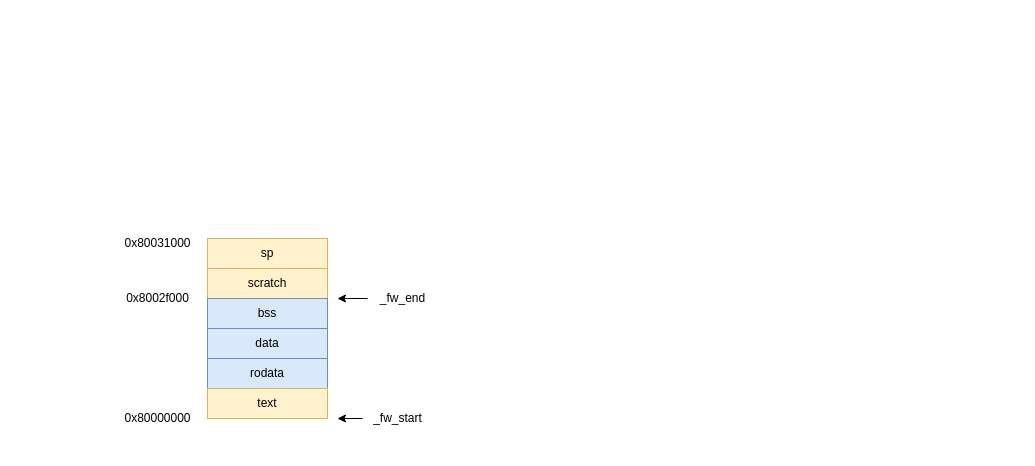
thomas-coding/drawio keeps this draw.io diagram as page "riscv_virt" (9 of 9) of virt.drawio. Above is the earlier version. Source tidied: cells renumbered, new cells numbered last; positions are measured from the earlier drawing's top-left corner, leaving out a move shared by most shapes. Both pictures are drawn from the tidied source at 100%, with x=0, y=0 at pixel (112, 228).
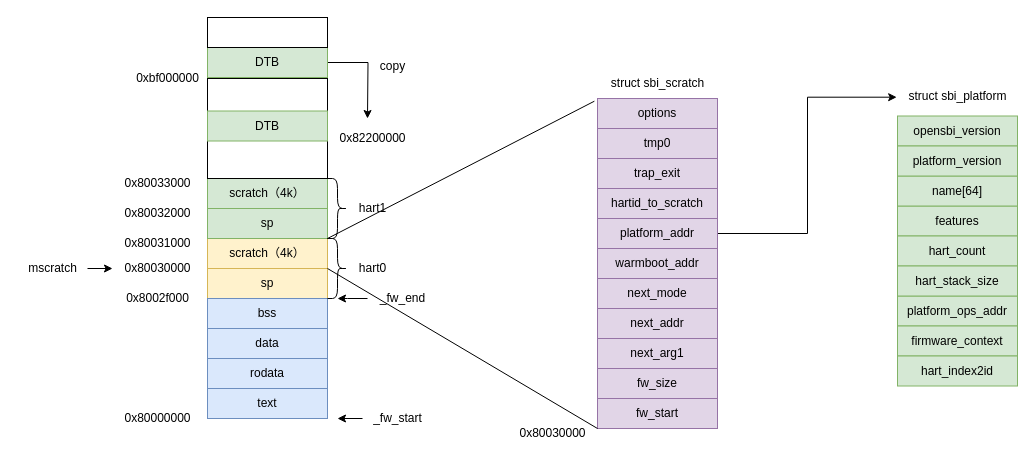
After the change.

What changed in the source:
```diff
@@
-    <mxCell id="2" value="sp" style="rounded=0;whiteSpace=wrap;html=1;fillColor=#fff2cc;strokeColor=#d6b656;" parent="1" vertex="1">
+    <mxCell id="2" value="scratch（4k）" style="rounded=0;whiteSpace=wrap;html=1;fillColor=#fff2cc;strokeColor=#d6b656;" parent="1" vertex="1">
       <mxGeometry x="95" y="10" width="120" height="30" as="geometry" />
     </mxCell>
-    <mxCell id="3" value="scratch" style="rounded=0;whiteSpace=wrap;html=1;fillColor=#fff2cc;strokeColor=#d6b656;" parent="1" vertex="1">
+    <mxCell id="3" value="sp" style="rounded=0;whiteSpace=wrap;html=1;fillColor=#fff2cc;strokeColor=#d6b656;" parent="1" vertex="1">
       <mxGeometry x="95" y="40" width="120" height="30" as="geometry" />
     </mxCell>
@@
-    <mxCell id="7" value="text" style="rounded=0;whiteSpace=wrap;html=1;fillColor=#fff2cc;strokeColor=#d6b656;" parent="1" vertex="1">
+    <mxCell id="7" value="text" style="rounded=0;whiteSpace=wrap;html=1;fillColor=#dae8fc;strokeColor=#6c8ebf;" parent="1" vertex="1">
       <mxGeometry x="95" y="160" width="120" height="30" as="geometry" />
     </mxCell>
@@
+    <mxCell id="15" value="0x80030000" style="text;html=1;align=center;verticalAlign=middle;points=[];strokeColor=none;fillColor=none;" parent="1" vertex="1">
+      <mxGeometry y="25" width="90" height="30" as="geometry" />
+    </mxCell>
+    <mxCell id="16" value="scratch（4k）" style="rounded=0;whiteSpace=wrap;html=1;fillColor=#d5e8d4;strokeColor=#82b366;" parent="1" vertex="1">
+      <mxGeometry x="95" y="-50" width="120" height="30" as="geometry" />
+    </mxCell>
+    <mxCell id="17" value="sp" style="rounded=0;whiteSpace=wrap;html=1;fillColor=#d5e8d4;strokeColor=#82b366;" parent="1" vertex="1">
+      <mxGeometry x="95" y="-20" width="120" height="30" as="geometry" />
+    </mxCell>
+    <mxCell id="18" value="0x80033000" style="text;html=1;align=center;verticalAlign=middle;strokeColor=none;fillColor=none;" parent="1" vertex="1">
+      <mxGeometry y="-60" width="90" height="30" as="geometry" />
+    </mxCell>
+    <mxCell id="19" value="0x80032000" style="text;html=1;align=center;verticalAlign=middle;strokeColor=none;fillColor=none;" parent="1" vertex="1">
+      <mxGeometry y="-30" width="90" height="30" as="geometry" />
+    </mxCell>
+    <mxCell id="20" style="shape=curlyBracket;whiteSpace=wrap;html=1;rounded=1;flipH=1;size=0.5;" parent="1" vertex="1">
+      <mxGeometry x="215" y="-50" width="20" height="60" as="geometry" />
+    </mxCell>
+    <mxCell id="21" value="hart1" style="text;html=1;align=center;verticalAlign=middle;strokeColor=none;fillColor=none;" parent="1" vertex="1">
+      <mxGeometry x="235" y="-35" width="50" height="30" as="geometry" />
+    </mxCell>
+    <mxCell id="22" style="shape=curlyBracket;whiteSpace=wrap;html=1;rounded=1;flipH=1;size=0.5;" parent="1" vertex="1">
+      <mxGeometry x="215" y="10" width="20" height="60" as="geometry" />
+    </mxCell>
+    <mxCell id="23" value="hart0" style="text;html=1;align=center;verticalAlign=middle;strokeColor=none;fillColor=none;" parent="1" vertex="1">
+      <mxGeometry x="235" y="25" width="50" height="30" as="geometry" />
+    </mxCell>
+    <mxCell id="24" value="next_addr" style="rounded=0;whiteSpace=wrap;html=1;fillColor=#e1d5e7;strokeColor=#9673a6;" parent="1" vertex="1">
+      <mxGeometry x="485" y="80" width="120" height="30" as="geometry" />
+    </mxCell>
+    <mxCell id="25" value="fw_start" style="rounded=0;whiteSpace=wrap;html=1;fillColor=#e1d5e7;strokeColor=#9673a6;" parent="1" vertex="1">
+      <mxGeometry x="485" y="170" width="120" height="30" as="geometry" />
+    </mxCell>
+    <mxCell id="26" value="next_arg1" style="rounded=0;whiteSpace=wrap;html=1;fillColor=#e1d5e7;strokeColor=#9673a6;" parent="1" vertex="1">
+      <mxGeometry x="485" y="110" width="120" height="30" as="geometry" />
+    </mxCell>
+    <mxCell id="27" value="fw_size" style="rounded=0;whiteSpace=wrap;html=1;fillColor=#e1d5e7;strokeColor=#9673a6;" parent="1" vertex="1">
+      <mxGeometry x="485" y="140" width="120" height="30" as="geometry" />
+    </mxCell>
+    <mxCell id="28" value="hartid_to_scratch" style="rounded=0;whiteSpace=wrap;html=1;fillColor=#e1d5e7;strokeColor=#9673a6;" parent="1" vertex="1">
+      <mxGeometry x="485" y="-40" width="120" height="30" as="geometry" />
+    </mxCell>
+    <mxCell id="29" value="next_mode" style="rounded=0;whiteSpace=wrap;html=1;fillColor=#e1d5e7;strokeColor=#9673a6;" parent="1" vertex="1">
+      <mxGeometry x="485" y="50" width="120" height="30" as="geometry" />
+    </mxCell>
+    <mxCell id="30" style="edgeStyle=orthogonalEdgeStyle;rounded=0;jettySize=auto;html=1;entryX=-0.007;entryY=0.54;entryDx=0;entryDy=0;entryPerimeter=0;" parent="1" edge="1" source="31" target="49">
+      <mxGeometry relative="1" as="geometry" />
+    </mxCell>
+    <mxCell id="31" value="platform_addr" style="rounded=0;whiteSpace=wrap;html=1;fillColor=#e1d5e7;strokeColor=#9673a6;" parent="1" vertex="1">
+      <mxGeometry x="485" y="-10" width="120" height="30" as="geometry" />
+    </mxCell>
+    <mxCell id="32" value="warmboot_addr" style="rounded=0;whiteSpace=wrap;html=1;fillColor=#e1d5e7;strokeColor=#9673a6;" parent="1" vertex="1">
+      <mxGeometry x="485" y="20" width="120" height="30" as="geometry" />
+    </mxCell>
+    <mxCell id="33" value="trap_exit" style="rounded=0;whiteSpace=wrap;html=1;fillColor=#e1d5e7;strokeColor=#9673a6;" parent="1" vertex="1">
+      <mxGeometry x="485" y="-70" width="120" height="30" as="geometry" />
+    </mxCell>
+    <mxCell id="34" value="tmp0" style="rounded=0;whiteSpace=wrap;html=1;fillColor=#e1d5e7;strokeColor=#9673a6;" parent="1" vertex="1">
+      <mxGeometry x="485" y="-100" width="120" height="30" as="geometry" />
+    </mxCell>
+    <mxCell id="35" value="options" style="rounded=0;whiteSpace=wrap;html=1;fillColor=#e1d5e7;strokeColor=#9673a6;" parent="1" vertex="1">
+      <mxGeometry x="485" y="-130" width="120" height="30" as="geometry" />
+    </mxCell>
+    <mxCell id="36" style="endArrow=none;html=1;rounded=0;entryX=1;entryY=0;entryDx=0;entryDy=0;exitX=0;exitY=1;exitDx=0;exitDy=0;" parent="1" edge="1" source="25" target="3">
+      <mxGeometry relative="1" as="geometry" />
+    </mxCell>
+    <mxCell id="37" style="endArrow=none;html=1;rounded=0;exitX=1;exitY=0;exitDx=0;exitDy=0;entryX=-0.026;entryY=0.09;entryDx=0;entryDy=0;entryPerimeter=0;" parent="1" edge="1" source="2" target="35">
+      <mxGeometry relative="1" as="geometry" />
+    </mxCell>
+    <mxCell id="38" value="struct sbi_scratch" style="text;html=1;align=center;verticalAlign=middle;strokeColor=none;fillColor=none;" parent="1" vertex="1">
+      <mxGeometry x="485" y="-160" width="120" height="30" as="geometry" />
+    </mxCell>
+    <mxCell id="39" value="0x80030000" style="text;html=1;align=center;verticalAlign=middle;strokeColor=none;fillColor=none;" parent="1" vertex="1">
+      <mxGeometry x="395" y="190" width="90" height="30" as="geometry" />
+    </mxCell>
+    <mxCell id="40" value="features" style="rounded=0;whiteSpace=wrap;html=1;fillColor=#d5e8d4;strokeColor=#82b366;" parent="1" vertex="1">
+      <mxGeometry x="785" y="-22.5" width="120" height="30" as="geometry" />
+    </mxCell>
+    <mxCell id="41" value="platform_ops_addr" style="rounded=0;whiteSpace=wrap;html=1;fillColor=#d5e8d4;strokeColor=#82b366;" parent="1" vertex="1">
+      <mxGeometry x="785" y="67.5" width="120" height="30" as="geometry" />
+    </mxCell>
+    <mxCell id="42" value="hart_count" style="rounded=0;whiteSpace=wrap;html=1;fillColor=#d5e8d4;strokeColor=#82b366;" parent="1" vertex="1">
+      <mxGeometry x="785" y="7.5" width="120" height="30" as="geometry" />
+    </mxCell>
+    <mxCell id="43" value="hart_stack_size" style="rounded=0;whiteSpace=wrap;html=1;fillColor=#d5e8d4;strokeColor=#82b366;" parent="1" vertex="1">
+      <mxGeometry x="785" y="37.5" width="120" height="30" as="geometry" />
+    </mxCell>
+    <mxCell id="44" value="name[64]" style="rounded=0;whiteSpace=wrap;html=1;fillColor=#d5e8d4;strokeColor=#82b366;" parent="1" vertex="1">
+      <mxGeometry x="785" y="-52.5" width="120" height="30" as="geometry" />
+    </mxCell>
+    <mxCell id="45" value="opensbi_version" style="rounded=0;whiteSpace=wrap;html=1;fillColor=#d5e8d4;strokeColor=#82b366;" parent="1" vertex="1">
+      <mxGeometry x="785" y="-112.5" width="120" height="30" as="geometry" />
+    </mxCell>
+    <mxCell id="46" value="platform_version" style="rounded=0;whiteSpace=wrap;html=1;fillColor=#d5e8d4;strokeColor=#82b366;" parent="1" vertex="1">
+      <mxGeometry x="785" y="-82.5" width="120" height="30" as="geometry" />
+    </mxCell>
+    <mxCell id="47" value="firmware_context" style="rounded=0;whiteSpace=wrap;html=1;fillColor=#d5e8d4;strokeColor=#82b366;" parent="1" vertex="1">
+      <mxGeometry x="785" y="97.5" width="120" height="30" as="geometry" />
+    </mxCell>
+    <mxCell id="48" value="hart_index2id" style="rounded=0;whiteSpace=wrap;html=1;fillColor=#d5e8d4;strokeColor=#82b366;" parent="1" vertex="1">
+      <mxGeometry x="785" y="127.5" width="120" height="30" as="geometry" />
+    </mxCell>
+    <mxCell id="49" value="struct sbi_platform" style="text;html=1;align=center;verticalAlign=middle;points=[];strokeColor=none;fillColor=none;" parent="1" vertex="1">
+      <mxGeometry x="785" y="-147.5" width="120" height="30" as="geometry" />
+    </mxCell>
+    <mxCell id="50" style="rounded=0;whiteSpace=wrap;html=1;" parent="1" vertex="1">
+      <mxGeometry x="95" y="-150" width="120" height="100" as="geometry" />
+    </mxCell>
+    <mxCell id="51" style="edgeStyle=orthogonalEdgeStyle;rounded=0;jettySize=auto;html=1;" parent="1" edge="1" source="52">
+      <mxGeometry relative="1" as="geometry">
+        <mxPoint x="255" y="-110" as="targetPoint" />
+      </mxGeometry>
+    </mxCell>
+    <mxCell id="52" value="DTB" style="rounded=0;whiteSpace=wrap;html=1;fillColor=#d5e8d4;strokeColor=#82b366;" parent="1" vertex="1">
+      <mxGeometry x="95" y="-181" width="120" height="30" as="geometry" />
+    </mxCell>
+    <mxCell id="53" value="0xbf000000" style="text;html=1;align=center;verticalAlign=middle;strokeColor=none;fillColor=none;" parent="1" vertex="1">
+      <mxGeometry x="10" y="-165" width="90" height="30" as="geometry" />
+    </mxCell>
+    <mxCell id="54" value="0x82200000" style="text;html=1;align=center;verticalAlign=middle;strokeColor=none;fillColor=none;" parent="1" vertex="1">
+      <mxGeometry x="215" y="-105" width="90" height="30" as="geometry" />
+    </mxCell>
+    <mxCell id="55" value="copy" style="text;html=1;align=center;verticalAlign=middle;strokeColor=none;fillColor=none;" parent="1" vertex="1">
+      <mxGeometry x="255" y="-177.5" width="50" height="30" as="geometry" />
+    </mxCell>
+    <mxCell id="56" value="DTB" style="rounded=0;whiteSpace=wrap;html=1;fillColor=#d5e8d4;strokeColor=#82b366;" parent="1" vertex="1">
+      <mxGeometry x="95" y="-117.5" width="120" height="30" as="geometry" />
+    </mxCell>
+    <mxCell id="57" style="rounded=0;whiteSpace=wrap;html=1;" parent="1" vertex="1">
+      <mxGeometry x="95" y="-211" width="120" height="30" as="geometry" />
+    </mxCell>
+    <mxCell id="58" style="edgeStyle=orthogonalEdgeStyle;rounded=0;jettySize=auto;html=1;" parent="1" edge="1" source="59" target="15">
+      <mxGeometry relative="1" as="geometry" />
+    </mxCell>
+    <mxCell id="59" value="mscratch" style="text;html=1;align=center;verticalAlign=middle;points=[];strokeColor=none;fillColor=none;" parent="1" vertex="1">
+      <mxGeometry x="-95" y="25" width="70" height="30" as="geometry" />
+    </mxCell>
```
